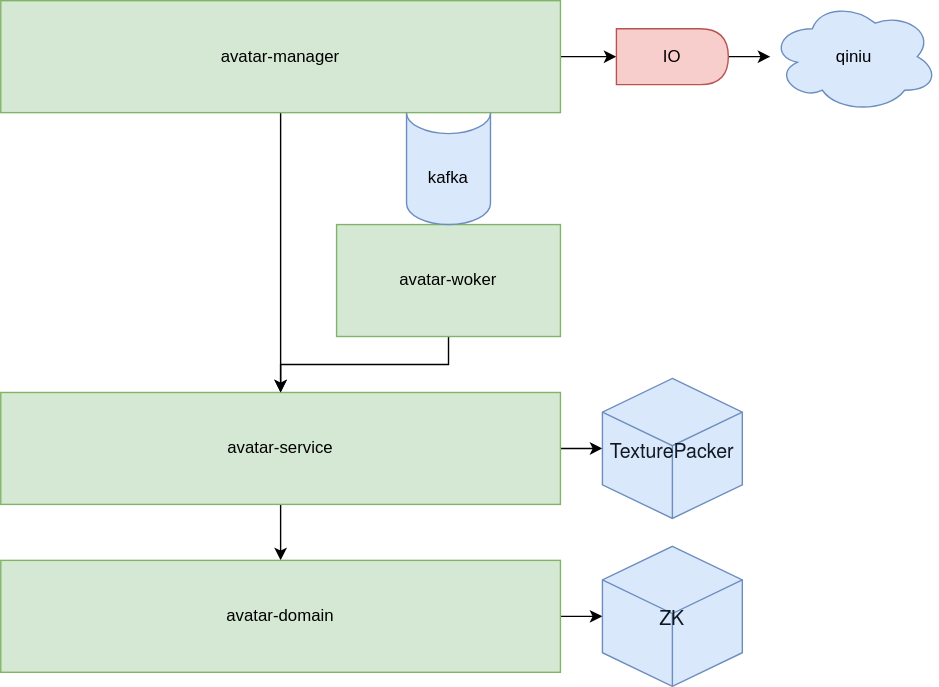
Earlier version of the draw.io export avatar_conf_tool.drawio.svg (fsdmp/diagrams). Source tidied: cells renumbered, new cells last; positions are measured from the earlier drawing's top-left corner, leaving out a move shared by most shapes.
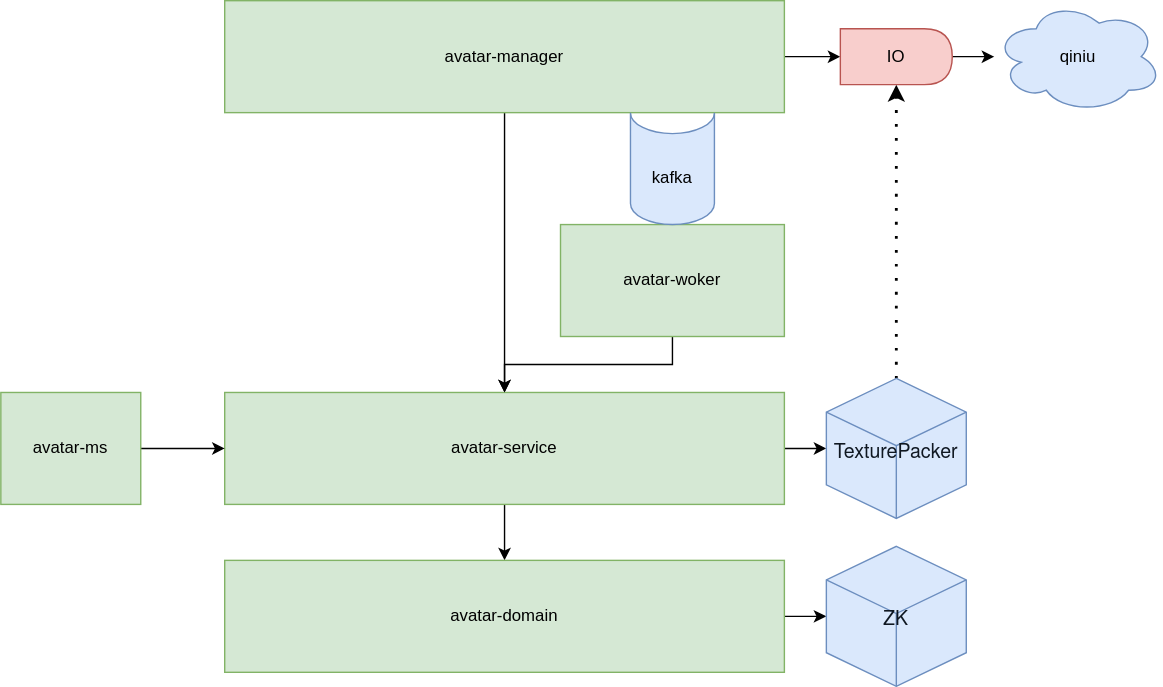
Above is the later version.

What changed in the source:
```diff
@@ -35,6 +35,9 @@
     <mxCell id="12" value="kafka" style="shape=cylinder3;whiteSpace=wrap;html=1;boundedLbl=1;backgroundOutline=1;size=15;lid=0;fillColor=#dae8fc;strokeColor=#6c8ebf;" parent="1" vertex="1">
       <mxGeometry x="290" y="80" width="60" height="80" as="geometry" />
     </mxCell>
+    <mxCell id="18" style="edgeStyle=orthogonalEdgeStyle;curved=1;rounded=0;jettySize=auto;html=1;entryX=0.5;entryY=1;entryDx=0;entryDy=0;dashed=1;elbow=vertical;strokeWidth=2;dashPattern=1 4;" parent="1" edge="1" source="13" target="16">
+      <mxGeometry relative="1" as="geometry" />
+    </mxCell>
     <mxCell id="13" value="&lt;p class=&quot;p1&quot; style=&quot;margin: 0px ; font-stretch: normal ; font-size: 14px ; line-height: normal ; font-family: &amp;#34;helvetica neue&amp;#34; ; color: rgb(15 , 23 , 33)&quot;&gt;TexturePacker&lt;/p&gt;" style="whiteSpace=wrap;html=1;shape=mxgraph.basic.isocube;isoAngle=15;fillColor=#dae8fc;strokeColor=#6c8ebf;" parent="1" vertex="1">
       <mxGeometry x="430" y="270" width="100" height="100" as="geometry" />
     </mxCell>
@@ -50,5 +53,11 @@
     <mxCell id="17" value="&lt;p class=&quot;p1&quot; style=&quot;margin: 0px ; font-stretch: normal ; font-size: 14px ; line-height: normal ; font-family: &amp;#34;helvetica neue&amp;#34; ; color: rgb(15 , 23 , 33)&quot;&gt;ZK&lt;/p&gt;" style="whiteSpace=wrap;html=1;shape=mxgraph.basic.isocube;isoAngle=15;fillColor=#dae8fc;strokeColor=#6c8ebf;" parent="1" vertex="1">
       <mxGeometry x="430" y="390" width="100" height="100" as="geometry" />
     </mxCell>
+    <mxCell id="19" style="edgeStyle=orthogonalEdgeStyle;curved=1;rounded=0;jettySize=auto;html=1;strokeWidth=1;elbow=vertical;" parent="1" edge="1" source="20" target="7">
+      <mxGeometry relative="1" as="geometry" />
+    </mxCell>
+    <mxCell id="20" value="avatar-ms" style="rounded=0;whiteSpace=wrap;html=1;fillColor=#d5e8d4;strokeColor=#82b366;" parent="1" vertex="1">
+      <mxGeometry x="-160" y="280" width="100" height="80" as="geometry" />
+    </mxCell>
   </root>
 </mxGraphModel>
```
